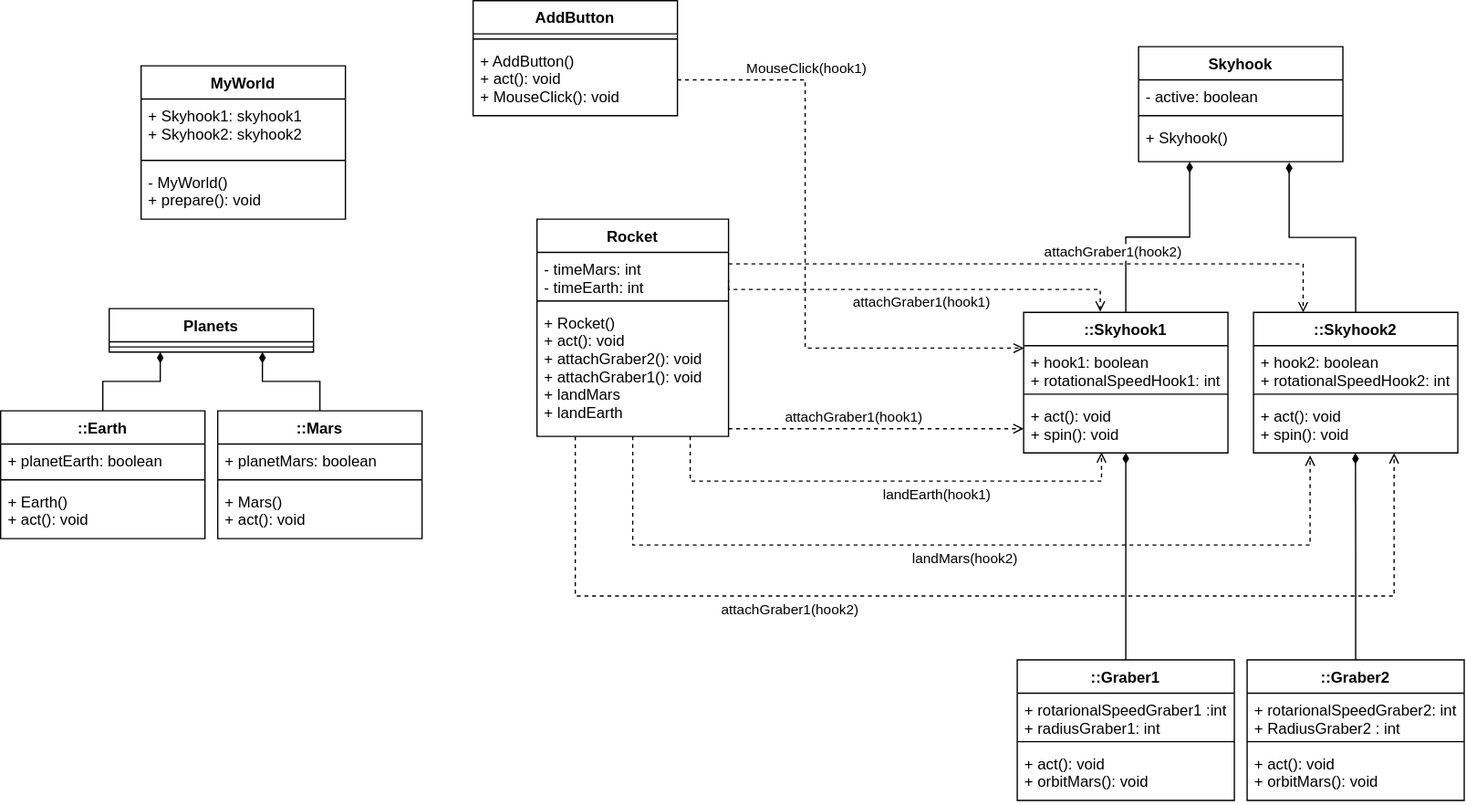
Before: Modelle/Klassendiagramm.svg, a diagram exported from draw.io (daenzg/skyhook_sim). Source tidied: cells renumbered, new cells last; positions are measured from the earlier drawing's top-left corner, leaving out a move shared by most shapes.
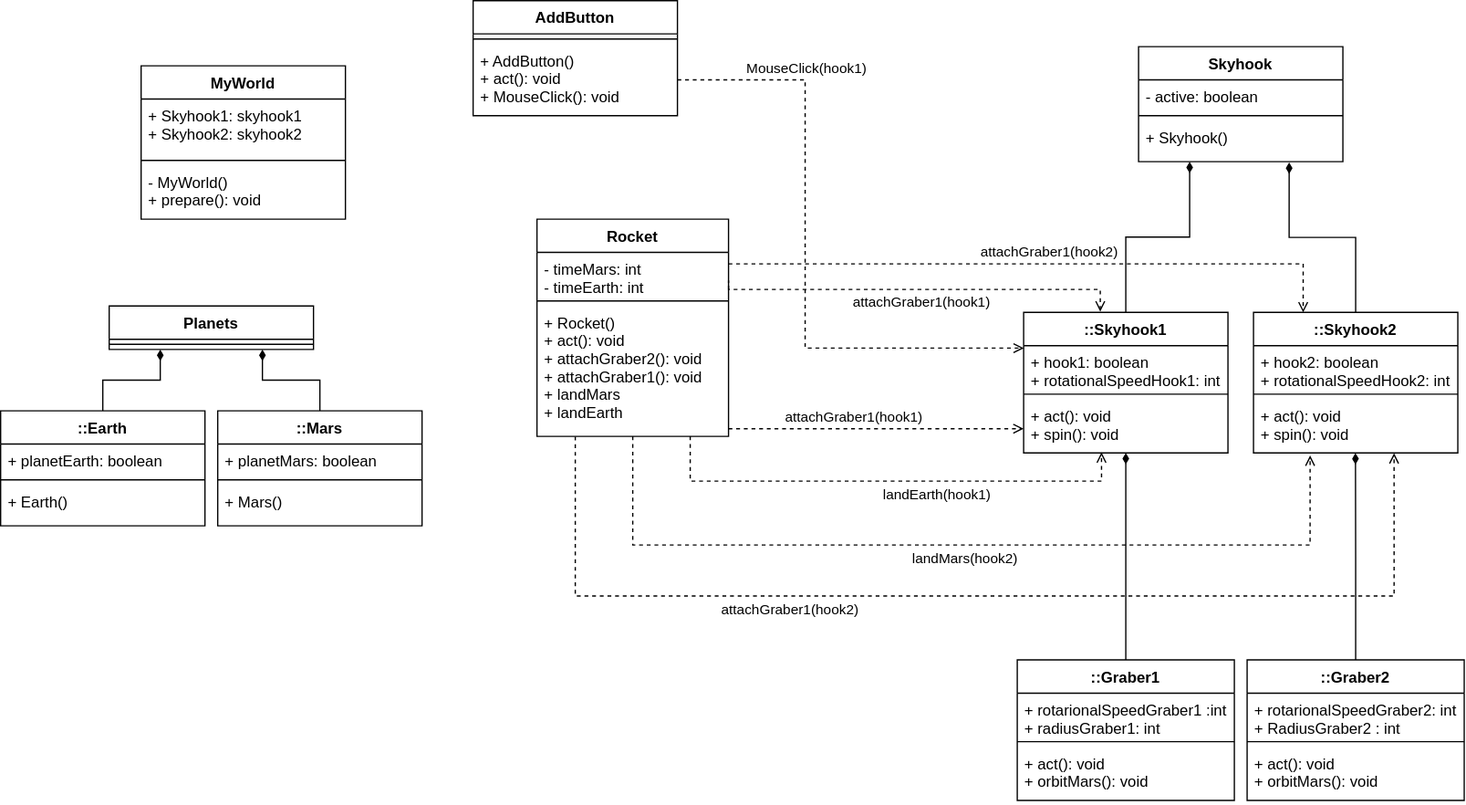
Later version of the same file.

What changed in the source:
```diff
@@ -24,7 +24,7 @@
       <mxGeometry y="34" width="160" height="56" as="geometry" />
     </mxCell>
     <mxCell id="9" value="Planets" style="swimlane;fontStyle=1;align=center;verticalAlign=top;horizontal=1;startSize=26;" parent="1" vertex="1">
-      <mxGeometry x="85" y="241" width="160" height="34" as="geometry" />
+      <mxGeometry x="85" y="239" width="160" height="34" as="geometry" />
     </mxCell>
     <mxCell id="10" style="line;strokeWidth=1;fillColor=none;align=left;verticalAlign=middle;spacingTop=-1;spacingLeft=3;spacingRight=3;labelPosition=right;strokeColor=inherit;" parent="9" vertex="1">
       <mxGeometry y="26" width="160" height="8" as="geometry" />
@@ -33,7 +33,7 @@
       <mxGeometry relative="1" as="geometry" />
     </mxCell>
     <mxCell id="12" value="::Earth" style="swimlane;fontStyle=1;align=center;verticalAlign=top;horizontal=1;startSize=26;" parent="1" vertex="1">
-      <mxGeometry y="321" width="160" height="100" as="geometry" />
+      <mxGeometry y="321" width="160" height="90" as="geometry" />
     </mxCell>
     <mxCell id="13" value="+ planetEarth: boolean&#10;" style="text;strokeColor=none;fillColor=none;align=left;verticalAlign=top;spacingLeft=4;spacingRight=4;overflow=hidden;" parent="12" vertex="1">
       <mxGeometry y="26" width="160" height="24" as="geometry" />
@@ -41,14 +41,14 @@
     <mxCell id="14" style="line;strokeWidth=1;fillColor=none;align=left;verticalAlign=middle;spacingTop=-1;spacingLeft=3;spacingRight=3;labelPosition=right;strokeColor=inherit;" parent="12" vertex="1">
       <mxGeometry y="50" width="160" height="8" as="geometry" />
     </mxCell>
-    <mxCell id="15" value="+ Earth()&#10;+ act(): void" style="text;strokeColor=none;fillColor=none;align=left;verticalAlign=top;spacingLeft=4;spacingRight=4;overflow=hidden;" parent="12" vertex="1">
-      <mxGeometry y="58" width="160" height="42" as="geometry" />
+    <mxCell id="15" value="+ Earth()" style="text;strokeColor=none;fillColor=none;align=left;verticalAlign=top;spacingLeft=4;spacingRight=4;overflow=hidden;" parent="12" vertex="1">
+      <mxGeometry y="58" width="160" height="32" as="geometry" />
     </mxCell>
     <mxCell id="16" style="edgeStyle=orthogonalEdgeStyle;rounded=0;jettySize=auto;html=1;entryX=0.75;entryY=1;entryDx=0;entryDy=0;endArrow=diamondThin;endFill=1;" parent="1" edge="1" source="17" target="9">
       <mxGeometry relative="1" as="geometry" />
     </mxCell>
     <mxCell id="17" value="::Mars" style="swimlane;fontStyle=1;align=center;verticalAlign=top;horizontal=1;startSize=26;" parent="1" vertex="1">
-      <mxGeometry x="170" y="321" width="160" height="100" as="geometry" />
+      <mxGeometry x="170" y="321" width="160" height="90" as="geometry" />
     </mxCell>
     <mxCell id="18" value="+ planetMars: boolean&#10;" style="text;strokeColor=none;fillColor=none;align=left;verticalAlign=top;spacingLeft=4;spacingRight=4;overflow=hidden;" parent="17" vertex="1">
       <mxGeometry y="26" width="160" height="24" as="geometry" />
@@ -56,8 +56,8 @@
     <mxCell id="19" style="line;strokeWidth=1;fillColor=none;align=left;verticalAlign=middle;spacingTop=-1;spacingLeft=3;spacingRight=3;labelPosition=right;strokeColor=inherit;" parent="17" vertex="1">
       <mxGeometry y="50" width="160" height="8" as="geometry" />
     </mxCell>
-    <mxCell id="20" value="+ Mars()&#10;+ act(): void" style="text;strokeColor=none;fillColor=none;align=left;verticalAlign=top;spacingLeft=4;spacingRight=4;overflow=hidden;" parent="17" vertex="1">
-      <mxGeometry y="58" width="160" height="42" as="geometry" />
+    <mxCell id="20" value="+ Mars()" style="text;strokeColor=none;fillColor=none;align=left;verticalAlign=top;spacingLeft=4;spacingRight=4;overflow=hidden;" parent="17" vertex="1">
+      <mxGeometry y="58" width="160" height="32" as="geometry" />
     </mxCell>
     <mxCell id="21" value="Skyhook" style="swimlane;fontStyle=1;align=center;verticalAlign=top;horizontal=1;startSize=26;" parent="1" vertex="1">
       <mxGeometry x="891.1" y="36" width="160" height="90" as="geometry" />
@@ -170,7 +170,7 @@
     </mxCell>
     <mxCell id="52" value="attachGraber1(hook2)" style="edgeLabel;html=1;align=center;verticalAlign=middle;" parent="51" vertex="1">
       <mxGeometry x="-0.39" y="2" relative="1" as="geometry">
-        <mxPoint x="152" y="-8" as="offset" />
+        <mxPoint x="102" y="-8" as="offset" />
       </mxGeometry>
     </mxCell>
     <mxCell id="53" style="edgeStyle=orthogonalEdgeStyle;rounded=0;jettySize=auto;html=1;dashed=1;endArrow=open;endFill=0;jumpStyle=none;entryX=0.375;entryY=-0.006;entryDx=0;entryDy=0;entryPerimeter=0;" parent="1" edge="1" target="26">
```
